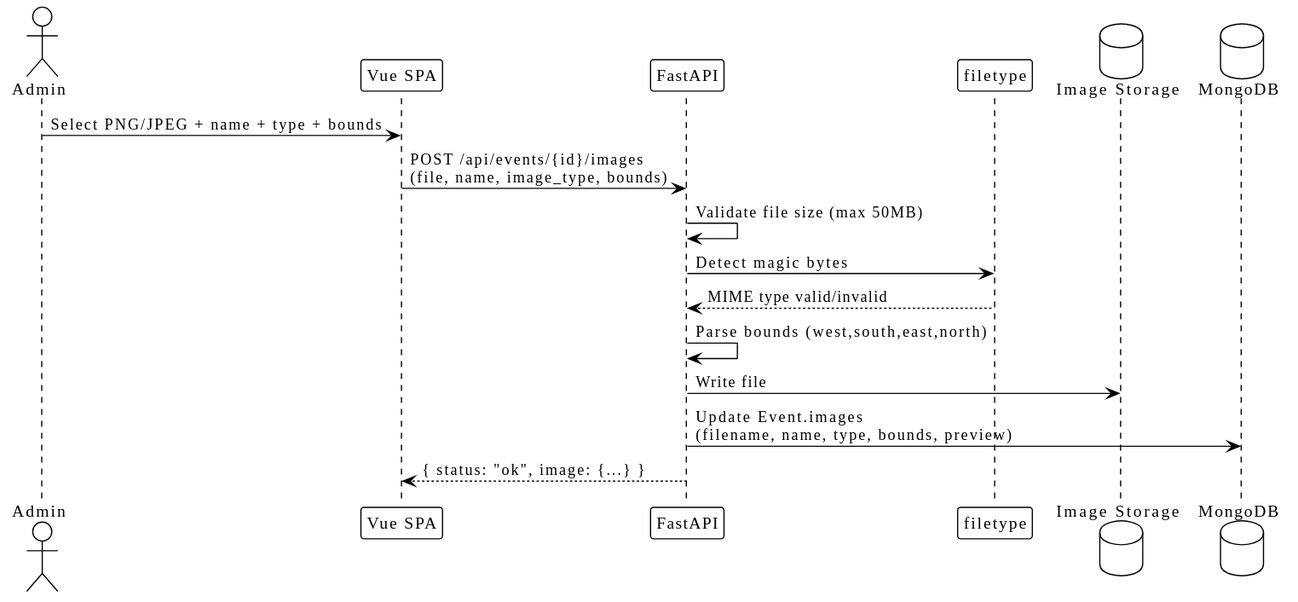
Earlier version of the PlantUML export docs/diagrams/upload-flow.svg (HEIG-RESONATE/resonate2).
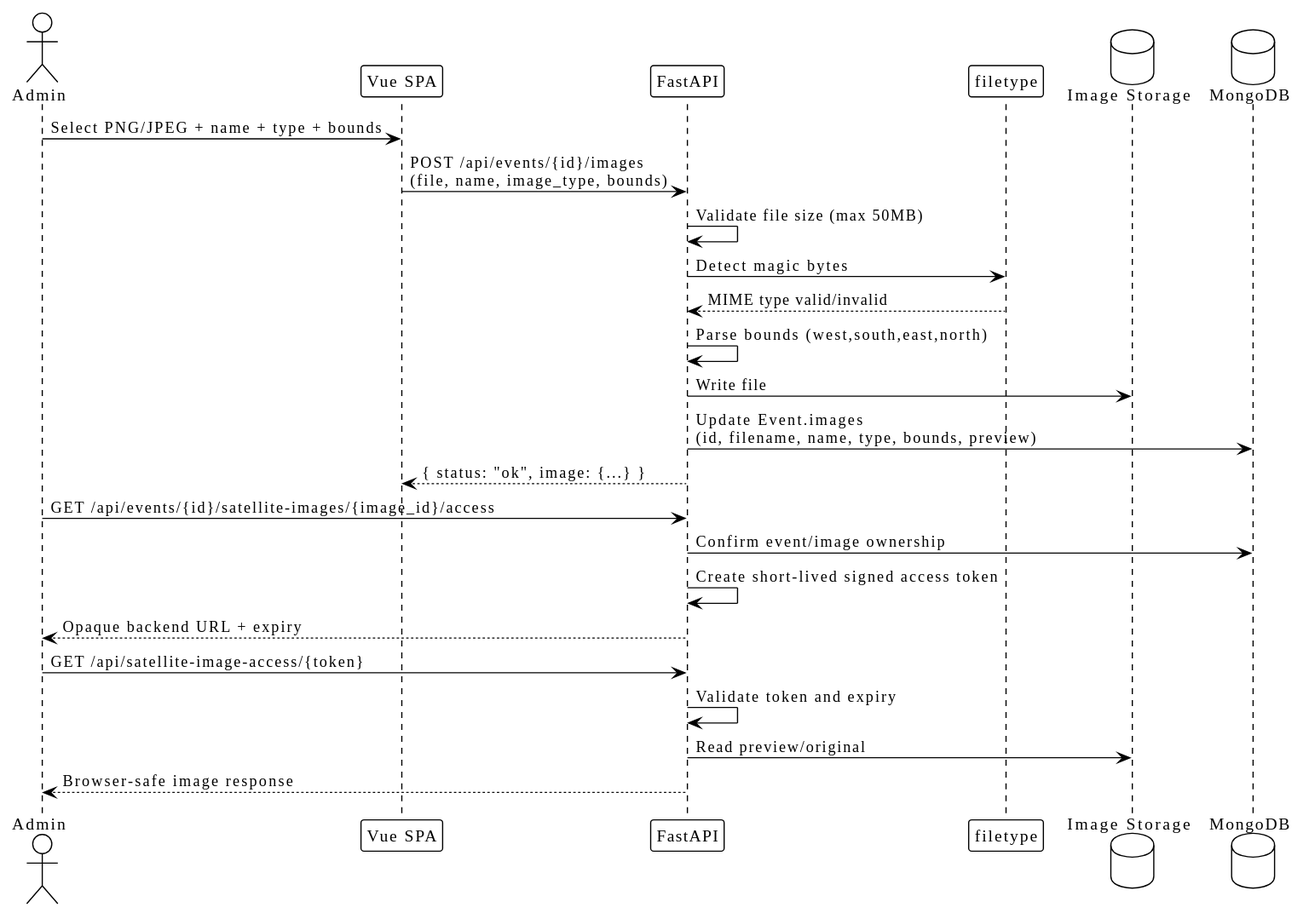
After the change.

Commit message:
implement satellite-image retrieval on backend

Change to the diagram source:
```diff
@@ -19,6 +19,15 @@
 
 API -> Storage: Write file
 
-API -> DB: Update Event.images\n(filename, name, type, bounds, preview)
+API -> DB: Update Event.images\n(id, filename, name, type, bounds, preview)
 API --> Frontend: { status: "ok", image: {...} }
+
+Admin -> API: GET /api/events/{id}/satellite-images/{image_id}/access
+API -> DB: Confirm event/image ownership
+API -> API: Create short-lived signed access token
+API --> Admin: Opaque backend URL + expiry
+Admin -> API: GET /api/satellite-image-access/{token}
+API -> API: Validate token and expiry
+API -> Storage: Read preview/original
+API --> Admin: Browser-safe image response
 @enduml
```
